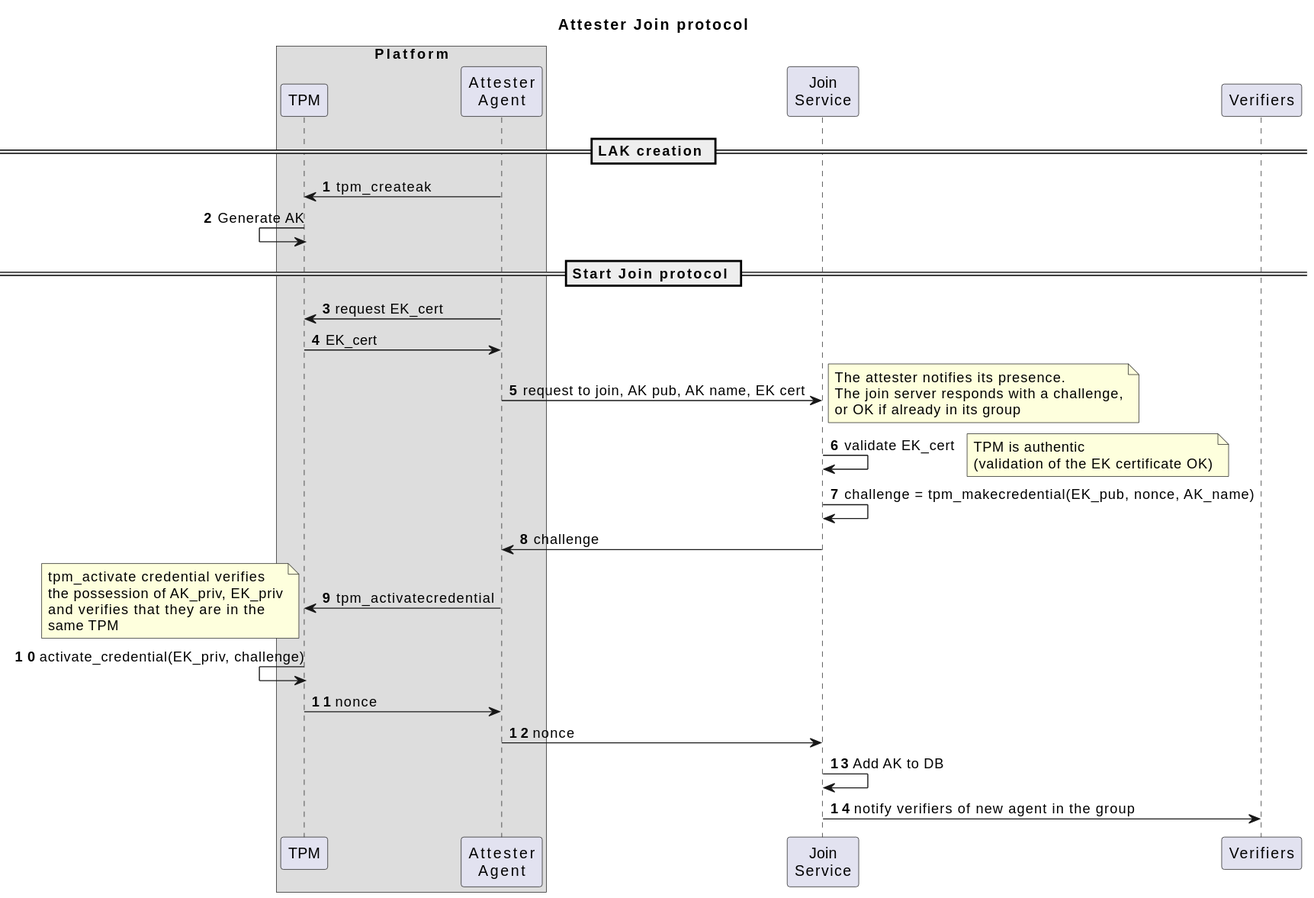
The PlantUML diagram docs/protocols/join.svg in Cybersecurity-LINKS/embrave, before a commit.
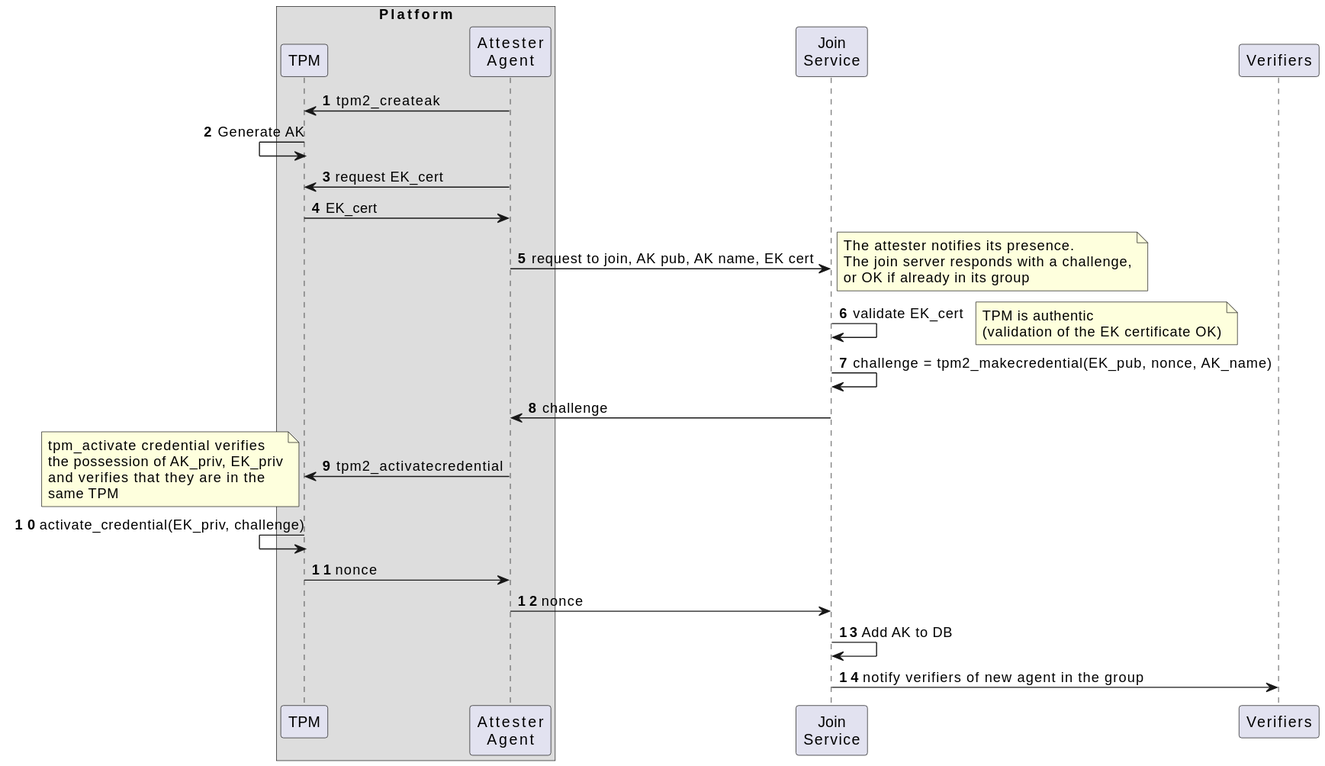
The same file after the commit.

Commit message:
docs: modified join and ra protocols diagrams

Change to the diagram source:
```diff
@@ -1,7 +1,4 @@
 @startuml
-title
-Attester Join protocol
-end title
 autonumber
 
 box "Platform"
@@ -10,11 +7,9 @@
 endbox
 participant "Join\nService" as join_service
 
-== LAK creation ==
-TPM<-attester_agent: tpm_createak
-TPM<-TPM:  Generate AK
+TPM<-attester_agent: tpm2_createak
+TPM<-TPM: Generate AK
 
-== Start Join protocol ==
 TPM<-attester_agent: request EK_cert
 TPM->attester_agent: EK_cert
 attester_agent->join_service: request to join, AK pub, AK name, EK cert
@@ -29,9 +24,9 @@
     TPM is authentic
     (validation of the EK certificate OK)
   end note
-  join_service->join_service: challenge = tpm_makecredential(EK_pub, nonce, AK_name)
+  join_service->join_service: challenge = tpm2_makecredential(EK_pub, nonce, AK_name)
   attester_agent<-join_service: challenge
-  TPM<-attester_agent: tpm_activatecredential
+  TPM<-attester_agent: tpm2_activatecredential
   note left
     tpm_activate credential verifies
     the possession of AK_priv, EK_priv
```
